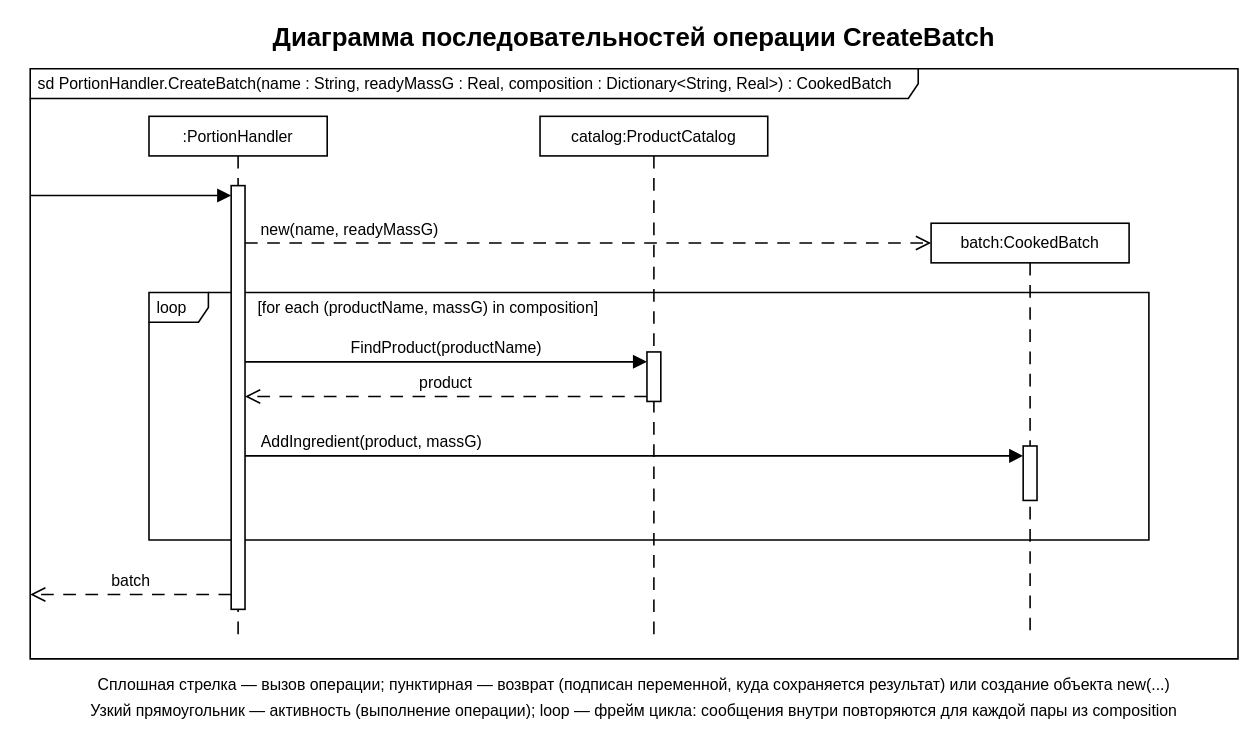
Earlier version of the draw.io diagram page "2.2 Диаграмма последовательностей CreateBatch" (5 of 8) of Лабораторная 2/Счётчик калорий.drawio (Vvvv4a40/OOAP). Source tidied: cells renumbered, new cells numbered last; positions are measured from the earlier drawing's top-left corner, leaving out a move shared by most shapes. Both pictures are drawn from the tidied source at 99%, with x=0, y=0 at pixel (30, 17).
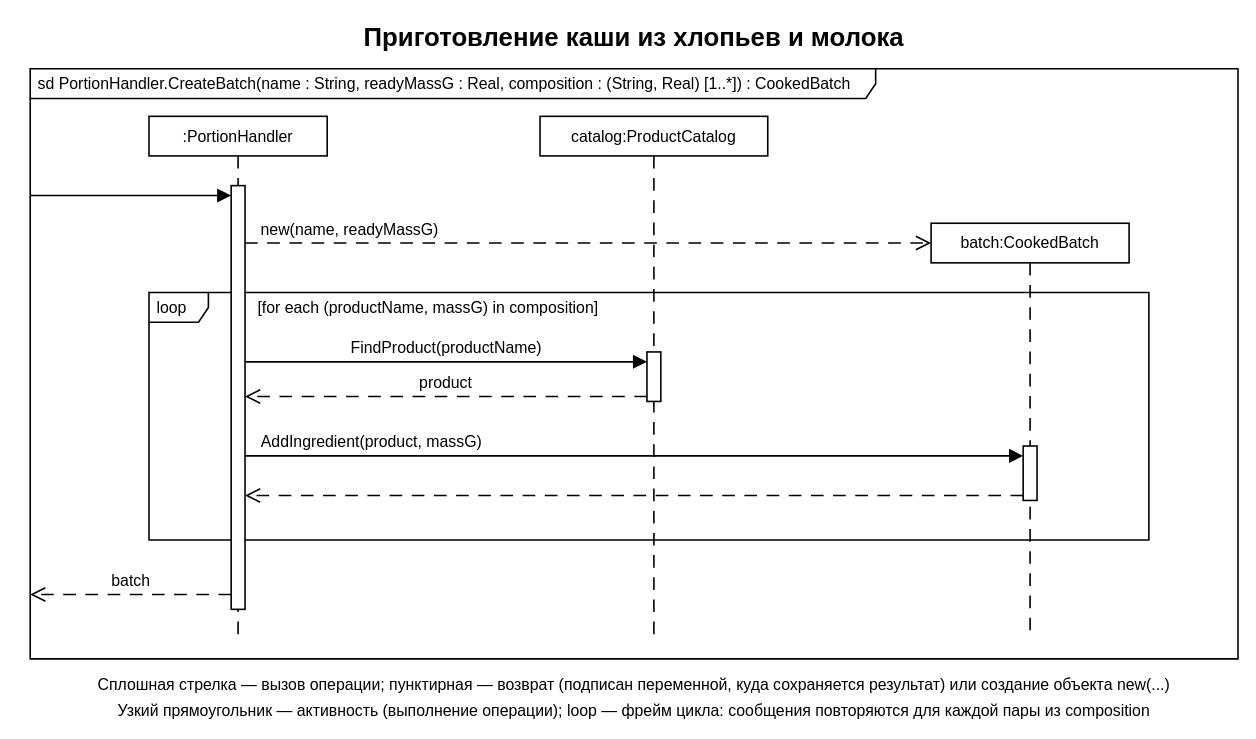
After the change.

The edit, as a diff of the source:
```diff
@@
-    <mxCell id="2" style="shape=umlFrame;html=0;whiteSpace=wrap;fillColor=none;strokeColor=#000000;strokeWidth=1.6;fontColor=#000000;fontFamily=Arial;width=897;height=30;" parent="1" vertex="1">
+    <mxCell id="2" style="shape=umlFrame;html=0;whiteSpace=wrap;fillColor=none;strokeColor=#000000;strokeWidth=1.6;fontColor=#000000;fontFamily=Arial;width=854;height=30;" parent="1" vertex="1">
       <mxGeometry y="52" width="1220" height="596" as="geometry" />
     </mxCell>
@@
     <mxCell id="18" style="edgeStyle=none;html=0;rounded=0;strokeColor=#000000;strokeWidth=1.6;fontFamily=Arial;dashed=1;dashPattern=8 6;endArrow=open;endFill=0;endSize=12;" parent="1" edge="1">
       <mxGeometry relative="1" as="geometry">
-        <mxPoint x="203" y="583" as="sourcePoint" />
-        <mxPoint y="583" as="targetPoint" />
+        <mxPoint x="1003" y="483" as="sourcePoint" />
+        <mxPoint x="217" y="483" as="targetPoint" />
       </mxGeometry>
     </mxCell>
+    <mxCell id="30" style="edgeStyle=none;html=0;rounded=0;strokeColor=#000000;strokeWidth=1.6;fontFamily=Arial;dashed=1;dashPattern=8 6;endArrow=open;endFill=0;endSize=12;" parent="1" edge="1">
+      <mxGeometry relative="1" as="geometry">
+        <mxPoint x="203" y="583" as="sourcePoint" />
+        <mxPoint y="583" as="targetPoint" />
+      </mxGeometry>
+    </mxCell>
-    <mxCell id="19" value="Диаграмма последовательностей операции CreateBatch" style="text;html=0;whiteSpace=wrap;overflow=hidden;rounded=0;strokeColor=none;fillColor=none;fontColor=#000000;fontFamily=Arial;spacing=0;fontSize=26;fontStyle=1;align=center;verticalAlign=middle;" parent="1" vertex="1">
+    <mxCell id="19" value="Приготовление каши из хлопьев и молока" style="text;html=0;whiteSpace=wrap;overflow=hidden;rounded=0;strokeColor=none;fillColor=none;fontColor=#000000;fontFamily=Arial;spacing=0;fontSize=26;fontStyle=1;align=center;verticalAlign=middle;" parent="1" vertex="1">
       <mxGeometry width="1220" height="40" as="geometry" />
     </mxCell>
-    <mxCell id="20" value="sd PortionHandler.CreateBatch(name : String, readyMassG : Real, composition : Dictionary&lt;String, Real&gt;) : CookedBatch" style="text;html=0;whiteSpace=wrap;overflow=hidden;rounded=0;strokeColor=none;fillColor=none;fontColor=#000000;fontFamily=Arial;spacing=0;fontSize=16;fontStyle=0;align=left;verticalAlign=middle;" parent="1" vertex="1">
-      <mxGeometry x="8" y="52" width="881" height="30" as="geometry" />
+    <mxCell id="20" value="sd PortionHandler.CreateBatch(name : String, readyMassG : Real, composition : (String, Real) [1..*]) : CookedBatch" style="text;html=0;whiteSpace=wrap;overflow=hidden;rounded=0;strokeColor=none;fillColor=none;fontColor=#000000;fontFamily=Arial;spacing=0;fontSize=16;fontStyle=0;align=left;verticalAlign=middle;" parent="1" vertex="1">
+      <mxGeometry x="8" y="52" width="838" height="30" as="geometry" />
     </mxCell>
@@
-    <mxCell id="29" value="Узкий прямоугольник — активность (выполнение операции); loop — фрейм цикла: сообщения внутри повторяются для каждой пары из composition" style="text;html=0;whiteSpace=wrap;overflow=hidden;rounded=0;strokeColor=none;fillColor=none;fontColor=#000000;fontFamily=Arial;spacing=0;fontSize=16;fontStyle=0;align=center;verticalAlign=middle;" parent="1" vertex="1">
+    <mxCell id="29" value="Узкий прямоугольник — активность (выполнение операции); loop — фрейм цикла: сообщения повторяются для каждой пары из composition" style="text;html=0;whiteSpace=wrap;overflow=hidden;rounded=0;strokeColor=none;fillColor=none;fontColor=#000000;fontFamily=Arial;spacing=0;fontSize=16;fontStyle=0;align=center;verticalAlign=middle;" parent="1" vertex="1">
       <mxGeometry y="688" width="1220" height="24" as="geometry" />
     </mxCell>
```
